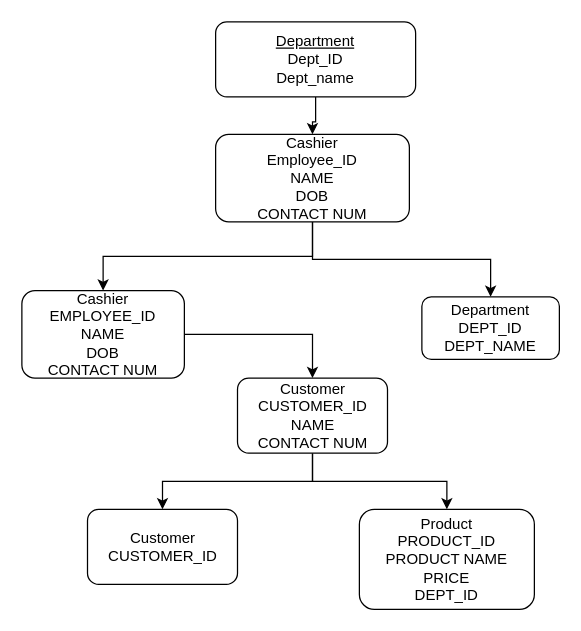
Before: MSA.drawio in Stepucc210/Stepucc210-Small-Stephaun-PythonCode-ITT103-S2022, a draw.io diagram. Source tidied: cells renumbered, new cells numbered last; positions are measured from the earlier drawing's top-left corner, leaving out a move shared by most shapes. Both pictures are drawn from the tidied source at 125%, with x=0, y=0 at pixel (21, 21).
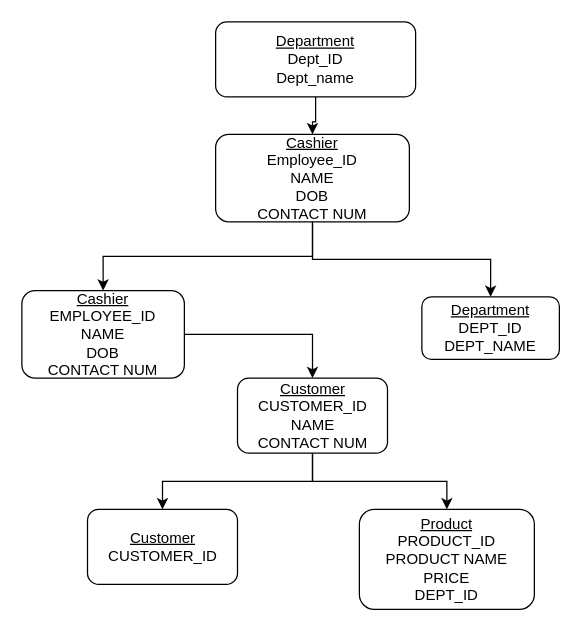
Above is the later version.

Diff of the diagram source:
```diff
@@
 <mxGraphModel>
   <root>
     <mxCell id="0" />
     <mxCell id="1" parent="0" />
     <mxCell id="2" style="edgeStyle=orthogonalEdgeStyle;rounded=0;jettySize=auto;html=1;entryX=0.5;entryY=0;entryDx=0;entryDy=0;" parent="1" edge="1" source="3" target="6">
       <mxGeometry relative="1" as="geometry" />
     </mxCell>
     <mxCell id="3" value="&lt;u&gt;Department&lt;/u&gt;&lt;br&gt;Dept_ID&lt;br&gt;Dept_name" style="rounded=1;whiteSpace=wrap;html=1;" parent="1" vertex="1">
       <mxGeometry x="155" width="160" height="60" as="geometry" />
     </mxCell>
     <mxCell id="4" style="edgeStyle=orthogonalEdgeStyle;rounded=0;jettySize=auto;html=1;entryX=0.5;entryY=0;entryDx=0;entryDy=0;exitX=0.5;exitY=1;exitDx=0;exitDy=0;" parent="1" edge="1" source="6" target="8">
       <mxGeometry relative="1" as="geometry" />
     </mxCell>
     <mxCell id="5" style="edgeStyle=orthogonalEdgeStyle;rounded=0;jettySize=auto;html=1;entryX=0.5;entryY=0;entryDx=0;entryDy=0;exitX=0.5;exitY=1;exitDx=0;exitDy=0;" parent="1" edge="1" source="6" target="9">
       <mxGeometry relative="1" as="geometry">
         <Array as="points">
           <mxPoint x="233" y="190" />
           <mxPoint x="375" y="190" />
         </Array>
       </mxGeometry>
     </mxCell>
-    <mxCell id="6" value="Cashier&lt;br&gt;Employee_ID&lt;br&gt;NAME&lt;br&gt;DOB&lt;br&gt;CONTACT NUM" style="rounded=1;whiteSpace=wrap;html=1;" parent="1" vertex="1">
+    <mxCell id="6" value="&lt;u&gt;Cashier&lt;/u&gt;&lt;br&gt;Employee_ID&lt;br&gt;NAME&lt;br&gt;DOB&lt;br&gt;CONTACT NUM" style="rounded=1;whiteSpace=wrap;html=1;" parent="1" vertex="1">
       <mxGeometry x="155" y="90" width="155" height="70" as="geometry" />
     </mxCell>
     <mxCell id="7" style="edgeStyle=orthogonalEdgeStyle;rounded=0;jettySize=auto;html=1;entryX=0.5;entryY=0;entryDx=0;entryDy=0;" parent="1" edge="1" source="8" target="12">
       <mxGeometry relative="1" as="geometry" />
     </mxCell>
-    <mxCell id="8" value="Cashier&lt;br&gt;EMPLOYEE_ID&lt;br&gt;NAME&lt;br&gt;DOB&lt;br&gt;CONTACT NUM" style="rounded=1;whiteSpace=wrap;html=1;" parent="1" vertex="1">
+    <mxCell id="8" value="&lt;u&gt;Cashier&lt;/u&gt;&lt;br&gt;EMPLOYEE_ID&lt;br&gt;NAME&lt;br&gt;DOB&lt;br&gt;CONTACT NUM" style="rounded=1;whiteSpace=wrap;html=1;" parent="1" vertex="1">
       <mxGeometry y="215" width="130" height="70" as="geometry" />
     </mxCell>
-    <mxCell id="9" value="Department&lt;br&gt;DEPT_ID&lt;br&gt;DEPT_NAME" style="rounded=1;whiteSpace=wrap;html=1;" parent="1" vertex="1">
+    <mxCell id="9" value="&lt;u&gt;Department&lt;br&gt;&lt;/u&gt;DEPT_ID&lt;br&gt;DEPT_NAME" style="rounded=1;whiteSpace=wrap;html=1;" parent="1" vertex="1">
       <mxGeometry x="320" y="220" width="110" height="50" as="geometry" />
     </mxCell>
     <mxCell id="10" style="edgeStyle=orthogonalEdgeStyle;rounded=0;jettySize=auto;html=1;entryX=0.5;entryY=0;entryDx=0;entryDy=0;" parent="1" edge="1" source="12" target="13">
       <mxGeometry relative="1" as="geometry" />
     </mxCell>
     <mxCell id="11" style="edgeStyle=orthogonalEdgeStyle;rounded=0;jettySize=auto;html=1;entryX=0.5;entryY=0;entryDx=0;entryDy=0;" parent="1" edge="1" source="12" target="14">
       <mxGeometry relative="1" as="geometry" />
     </mxCell>
-    <mxCell id="12" value="Customer&lt;br&gt;CUSTOMER_ID&lt;br&gt;NAME&lt;br&gt;CONTACT NUM" style="rounded=1;whiteSpace=wrap;html=1;" parent="1" vertex="1">
+    <mxCell id="12" value="&lt;u&gt;Customer&lt;br&gt;&lt;/u&gt;CUSTOMER_ID&lt;br&gt;NAME&lt;br&gt;CONTACT NUM" style="rounded=1;whiteSpace=wrap;html=1;" parent="1" vertex="1">
       <mxGeometry x="172.5" y="285" width="120" height="60" as="geometry" />
     </mxCell>
-    <mxCell id="13" value="Customer&lt;br&gt;CUSTOMER_ID" style="rounded=1;whiteSpace=wrap;html=1;" parent="1" vertex="1">
+    <mxCell id="13" value="&lt;u&gt;Customer&lt;/u&gt;&lt;br&gt;CUSTOMER_ID" style="rounded=1;whiteSpace=wrap;html=1;" parent="1" vertex="1">
       <mxGeometry x="52.5" y="390" width="120" height="60" as="geometry" />
     </mxCell>
-    <mxCell id="14" value="Product&lt;br&gt;PRODUCT_ID&lt;br&gt;PRODUCT NAME&lt;br&gt;PRICE&lt;br&gt;DEPT_ID" style="rounded=1;whiteSpace=wrap;html=1;" parent="1" vertex="1">
+    <mxCell id="14" value="&lt;u&gt;Product&lt;/u&gt;&lt;br&gt;PRODUCT_ID&lt;br&gt;PRODUCT NAME&lt;br&gt;PRICE&lt;br&gt;DEPT_ID" style="rounded=1;whiteSpace=wrap;html=1;" parent="1" vertex="1">
       <mxGeometry x="270" y="390" width="140" height="80" as="geometry" />
     </mxCell>
   </root>
 </mxGraphModel>
```
